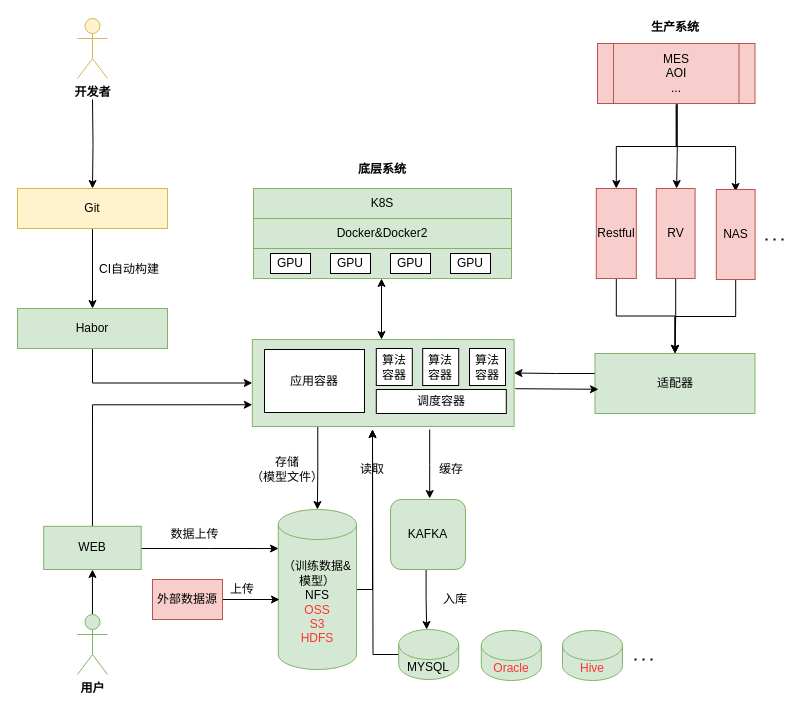
Above: page "天枢-业务流程图" (1 of 7) of Untitled Diagram.drawio in zfengli89/aas (draw.io), before the change. Source tidied: cells renumbered, new cells numbered last; positions are measured from the earlier drawing's top-left corner, leaving out a move shared by most shapes. Both pictures are drawn from the tidied source at 100%, with x=0, y=0 at pixel (17, 17).
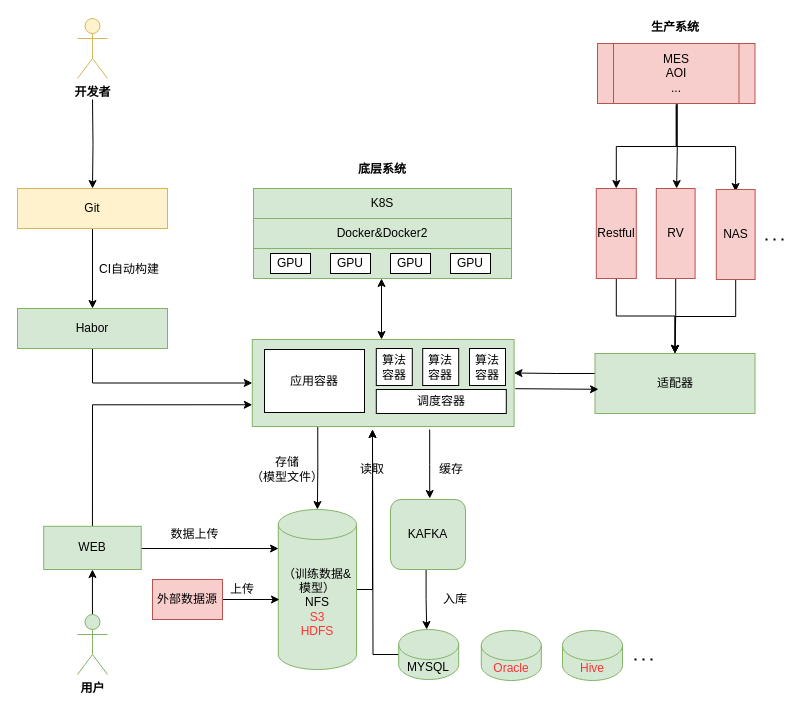
The same diagram, later.

Diff of the diagram source:
```diff
@@
-    <mxCell id="10" value="（训练数据&amp;amp;模型）&lt;br&gt;NFS&lt;br&gt;&lt;font color=&quot;#ff3333&quot;&gt;OSS&lt;br&gt;S3&lt;br&gt;HDFS&lt;br&gt;&lt;/font&gt;" style="shape=cylinder3;whiteSpace=wrap;html=1;boundedLbl=1;backgroundOutline=1;size=15;fillColor=#d5e8d4;strokeColor=#82b366;" parent="1" vertex="1">
+    <mxCell id="10" value="（训练数据&amp;amp;模型）&lt;br&gt;NFS&lt;font color=&quot;#ff3333&quot;&gt;&lt;br&gt;S3&lt;br&gt;HDFS&lt;br&gt;&lt;/font&gt;" style="shape=cylinder3;whiteSpace=wrap;html=1;boundedLbl=1;backgroundOutline=1;size=15;fillColor=#d5e8d4;strokeColor=#82b366;" parent="1" vertex="1">
       <mxGeometry x="260.8" y="492" width="78.2" height="160" as="geometry" />
     </mxCell>
```
